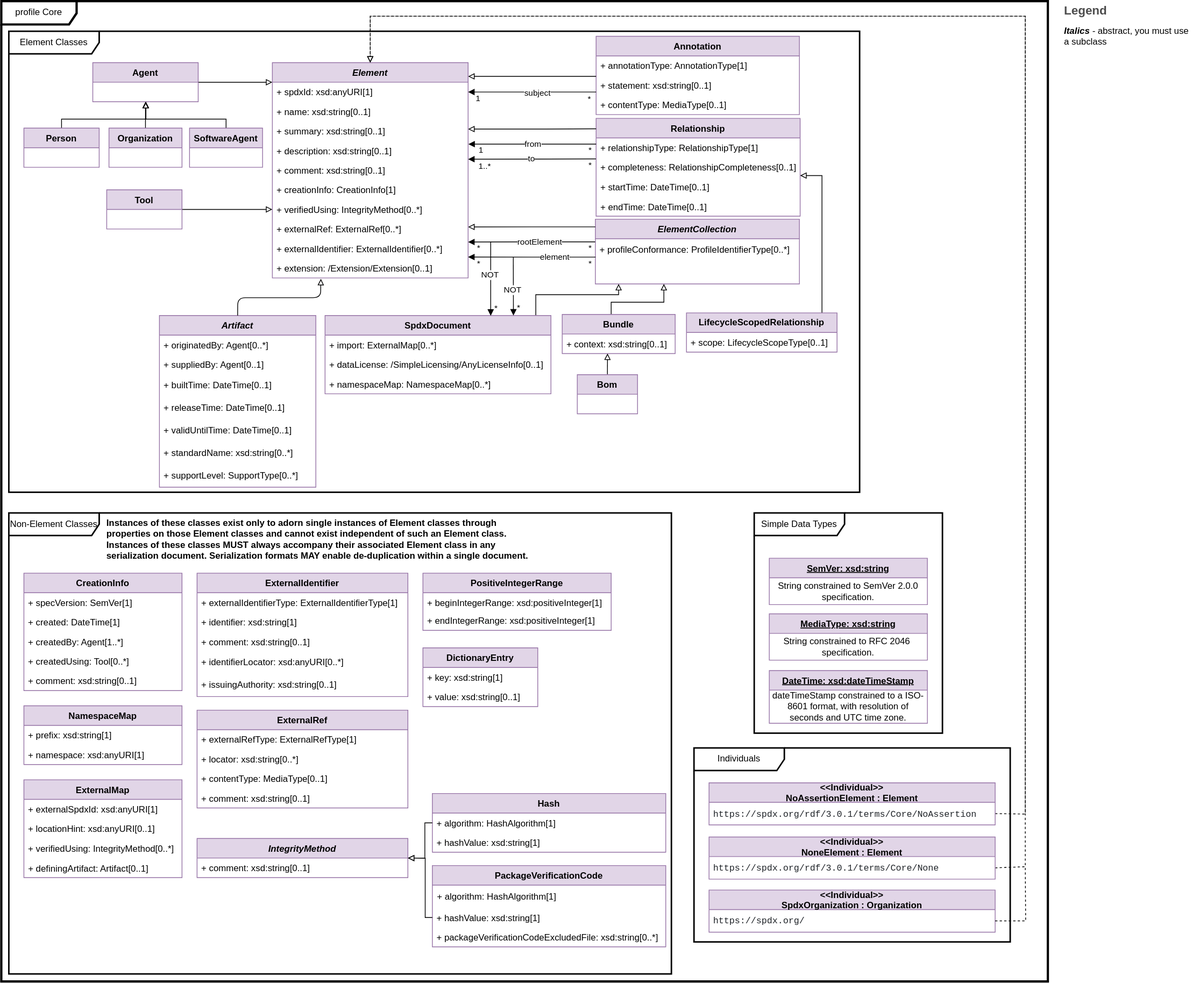
Before: images/model-core.svg, a diagram exported from draw.io (spdx/spdx-3-model). Source tidied: cells renumbered, new cells last; positions are measured from the earlier drawing's top-left corner, leaving out a move shared by most shapes.
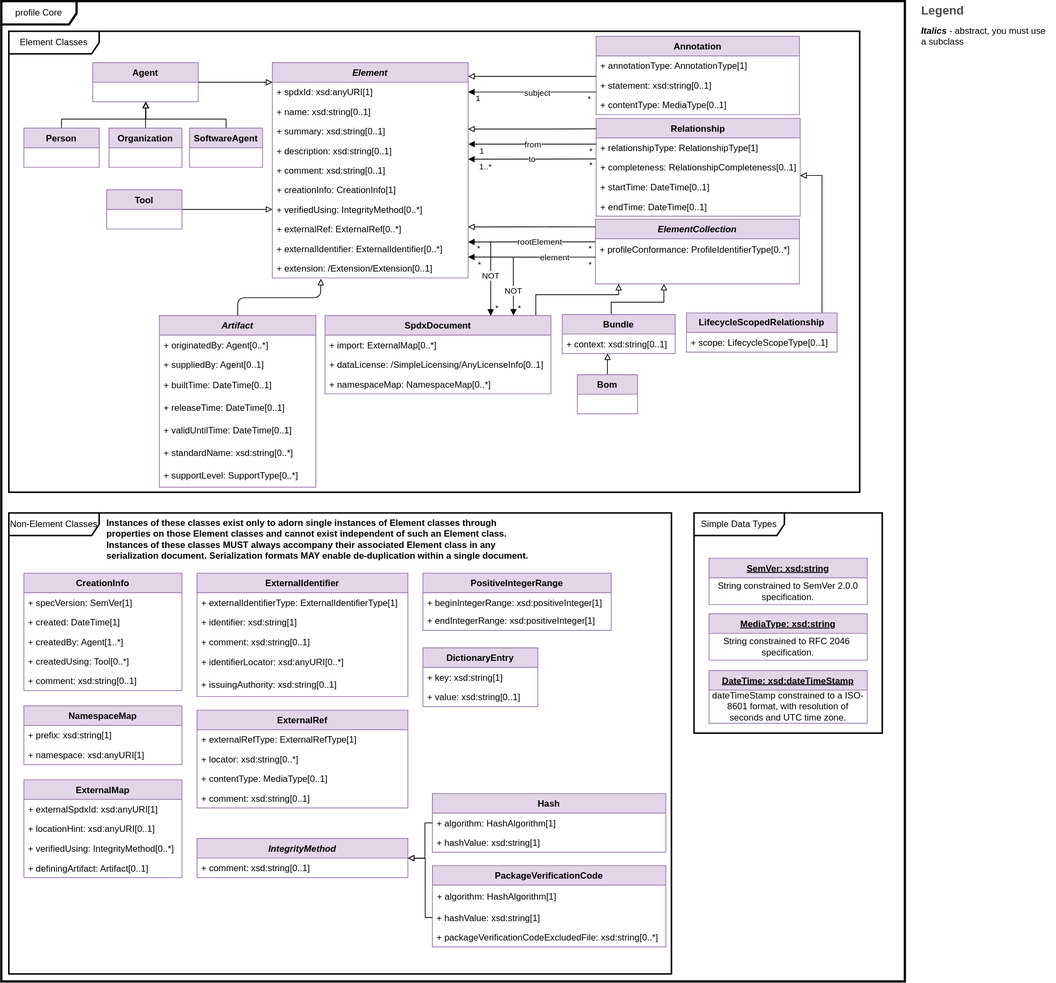
Above is the later version.

What changed in the source:
```diff
@@ -3,13 +3,13 @@
     <mxCell id="0" />
     <mxCell id="1" parent="0" />
     <mxCell id="2" value="profile Core" style="shape=umlFrame;whiteSpace=wrap;html=1;width=100;height=31;strokeWidth=3;" parent="1" vertex="1">
-      <mxGeometry width="1390" height="1302.5" as="geometry" />
+      <mxGeometry width="1200" height="1302.5" as="geometry" />
     </mxCell>
     <mxCell id="3" value="Element Classes" style="shape=umlFrame;whiteSpace=wrap;html=1;width=120;height=30;strokeWidth=2;" parent="1" vertex="1">
       <mxGeometry x="10" y="40" width="1130" height="612.5" as="geometry" />
     </mxCell>
     <mxCell id="4" value="Simple Data Types" style="shape=umlFrame;whiteSpace=wrap;html=1;width=120;height=30;strokeWidth=2;" parent="1" vertex="1">
-      <mxGeometry x="1000" y="680" width="250" height="292.5" as="geometry" />
+      <mxGeometry x="920" y="680" width="250" height="292.5" as="geometry" />
     </mxCell>
     <mxCell id="5" value="Element" style="swimlane;fontStyle=3;horizontal=1;startSize=26;fillColor=#e1d5e7;strokeColor=#9673a6;" parent="1" vertex="1">
       <mxGeometry x="360" y="81.8" width="260" height="286" as="geometry" />
@@ -252,10 +252,10 @@
       </mxGeometry>
     </mxCell>
     <mxCell id="62" value="Legend" style="align=left;fontSize=16;fontStyle=1;strokeColor=none;fillColor=none;fontColor=#4D4D4D;spacingTop=-8;" parent="1" vertex="1">
-      <mxGeometry x="1410" width="180" height="30" as="geometry" />
+      <mxGeometry x="1220" width="180" height="30" as="geometry" />
     </mxCell>
     <mxCell id="63" style="shape=table;html=1;whiteSpace=wrap;startSize=0;fillColor=none;align=left;spacingLeft=10;strokeColor=none;rounded=1;arcSize=11;fontColor=#FFFFFF;" parent="1" vertex="1">
-      <mxGeometry x="1400" y="30" width="180" height="30" as="geometry" />
+      <mxGeometry x="1210" y="30" width="180" height="30" as="geometry" />
     </mxCell>
     <mxCell id="64" value="&lt;i style=&quot;&quot;&gt;&lt;b&gt;Italics &lt;/b&gt;- &lt;/i&gt;abstract, you must use a subclass" style="shape=partialRectangle;html=1;whiteSpace=wrap;top=0;left=0;bottom=0;right=0;overflow=hidden;align=left;spacingLeft=10;" parent="63" vertex="1">
       <mxGeometry width="180" height="30" as="geometry" />
@@ -375,13 +375,13 @@
       <mxGeometry y="104" width="280" height="26" as="geometry" />
     </mxCell>
     <mxCell id="95" value="SemVer: xsd:string" style="swimlane;fontStyle=5;horizontal=1;startSize=26;fillColor=#e1d5e7;strokeColor=#9673a6;" parent="1" vertex="1">
-      <mxGeometry x="1020" y="740.2" width="210" height="61.6" as="geometry" />
+      <mxGeometry x="940" y="740.2" width="210" height="61.6" as="geometry" />
     </mxCell>
     <mxCell id="96" value="String constrained to SemVer 2.0.0 specification." style="text;html=1;strokeColor=none;fillColor=none;align=center;verticalAlign=middle;whiteSpace=wrap;rounded=0;" parent="95" vertex="1">
       <mxGeometry y="26" width="210" height="35.6" as="geometry" />
     </mxCell>
     <mxCell id="97" value="MediaType: xsd:string" style="swimlane;fontStyle=5;horizontal=1;startSize=26;fillColor=#e1d5e7;strokeColor=#9673A6;" parent="1" vertex="1">
-      <mxGeometry x="1020" y="814" width="210" height="61.6" as="geometry" />
+      <mxGeometry x="940" y="814" width="210" height="61.6" as="geometry" />
     </mxCell>
     <mxCell id="98" value="String constrained to RFC 2046&amp;nbsp; specification." style="text;html=1;strokeColor=none;fillColor=none;align=center;verticalAlign=middle;whiteSpace=wrap;rounded=0;" parent="97" vertex="1">
       <mxGeometry y="26" width="210" height="35.6" as="geometry" />
@@ -527,7 +527,7 @@
       <mxGeometry y="52" width="152.5" height="26" as="geometry" />
     </mxCell>
     <mxCell id="136" value="DateTime: xsd:dateTimeStamp" style="swimlane;fontStyle=5;horizontal=1;startSize=26;fillColor=#e1d5e7;strokeColor=#9673a6;" parent="1" vertex="1">
-      <mxGeometry x="1020" y="889.4" width="210" height="70" as="geometry" />
+      <mxGeometry x="940" y="889.4" width="210" height="70" as="geometry" />
     </mxCell>
     <mxCell id="137" value="dateTimeStamp constrained to a ISO-8601 format, with resolution of seconds and UTC time zone." style="text;html=1;strokeColor=none;fillColor=none;align=center;verticalAlign=middle;whiteSpace=wrap;rounded=0;" parent="136" vertex="1">
       <mxGeometry y="26" width="210" height="44" as="geometry" />
@@ -552,49 +552,5 @@
         </Array>
       </mxGeometry>
     </mxCell>
-    <mxCell id="143" value="Individuals" style="shape=umlFrame;whiteSpace=wrap;html=1;width=120;height=30;strokeWidth=2;" parent="1" vertex="1">
-      <mxGeometry x="920" y="992.2" width="420" height="257.8" as="geometry" />
-    </mxCell>
-    <mxCell id="144" style="endArrow=block;html=1;rounded=0;exitX=1;exitY=0.5;exitDx=0;exitDy=0;entryX=0.5;entryY=0;entryDx=0;entryDy=0;endFill=0;dashed=1;" parent="1" edge="1" source="147" target="5">
-      <mxGeometry relative="1" as="geometry">
-        <Array as="points">
-          <mxPoint x="1360" y="1080" />
-          <mxPoint x="1360" y="20" />
-          <mxPoint x="490" y="20" />
-        </Array>
-      </mxGeometry>
-    </mxCell>
-    <mxCell id="145" style="endArrow=block;html=1;rounded=0;exitX=1;exitY=0.5;exitDx=0;exitDy=0;entryX=0.5;entryY=0;entryDx=0;entryDy=0;endFill=0;dashed=1;" parent="1" edge="1" source="149" target="5">
-      <mxGeometry relative="1" as="geometry">
-        <Array as="points">
-          <mxPoint x="1360" y="1150" />
-          <mxPoint x="1360" y="20" />
-          <mxPoint x="490" y="20" />
-        </Array>
-      </mxGeometry>
-    </mxCell>
-    <mxCell id="146" value="&lt;&lt;Individual&gt;&gt;&#10;NoAssertionElement : Element" style="swimlane;fontStyle=1;horizontal=1;startSize=26;fillColor=#e1d5e7;strokeColor=#9673a6;" parent="1" vertex="1">
-      <mxGeometry x="940" y="1038.5" width="380" height="56" as="geometry" />
-    </mxCell>
-    <mxCell id="147" value="&lt;span style=&quot;color: rgb(31, 35, 40); font-family: ui-monospace, SFMono-Regular, &amp;quot;SF Mono&amp;quot;, Menlo, Consolas, &amp;quot;Liberation Mono&amp;quot;, monospace; font-size: 11.9px; white-space-collapse: break-spaces; background-color: rgb(255, 255, 255);&quot;&gt;https://spdx.org/rdf/3.0.1/terms/Core/NoAssertion&lt;/span&gt;" style="text;strokeColor=none;fillColor=none;align=left;verticalAlign=middle;spacingLeft=4;spacingRight=4;overflow=hidden;points=[[0,0.5],[1,0.5]];portConstraint=eastwest;whiteSpace=wrap;html=1;" parent="146" vertex="1">
-      <mxGeometry y="26" width="380" height="30" as="geometry" />
-    </mxCell>
-    <mxCell id="148" value="&lt;&lt;Individual&gt;&gt;&#10;NoneElement : Element" style="swimlane;fontStyle=1;horizontal=1;startSize=26;fillColor=#e1d5e7;strokeColor=#9673a6;" parent="1" vertex="1">
-      <mxGeometry x="940" y="1110.5" width="380" height="56" as="geometry" />
-    </mxCell>
-    <mxCell id="149" value="&lt;span style=&quot;color: rgb(31, 35, 40); font-family: ui-monospace, SFMono-Regular, &amp;quot;SF Mono&amp;quot;, Menlo, Consolas, &amp;quot;Liberation Mono&amp;quot;, monospace; font-size: 11.9px; white-space-collapse: break-spaces; background-color: rgb(255, 255, 255);&quot;&gt;https://spdx.org/rdf/3.0.1/terms/Core/None&lt;/span&gt;" style="text;strokeColor=none;fillColor=none;align=left;verticalAlign=middle;spacingLeft=4;spacingRight=4;overflow=hidden;points=[[0,0.5],[1,0.5]];portConstraint=eastwest;whiteSpace=wrap;html=1;" parent="148" vertex="1">
-      <mxGeometry y="26" width="380" height="30" as="geometry" />
-    </mxCell>
-    <mxCell id="150" value="&lt;&lt;Individual&gt;&gt;&#10;SpdxOrganization : Organization" style="swimlane;fontStyle=1;horizontal=1;startSize=26;fillColor=#e1d5e7;strokeColor=#9673a6;" parent="1" vertex="1">
-      <mxGeometry x="940" y="1181" width="380" height="56" as="geometry" />
-    </mxCell>
-    <mxCell id="151" style="edgeStyle=orthogonalEdgeStyle;rounded=0;jettySize=auto;html=1;exitX=1;exitY=0.5;exitDx=0;exitDy=0;endArrow=none;endFill=0;dashed=1;" parent="150" edge="1" source="152">
-      <mxGeometry relative="1" as="geometry">
-        <mxPoint x="420" y="-31" as="targetPoint" />
-      </mxGeometry>
-    </mxCell>
-    <mxCell id="152" value="&lt;span style=&quot;color: rgb(31, 35, 40); font-family: ui-monospace, SFMono-Regular, &amp;quot;SF Mono&amp;quot;, Menlo, Consolas, &amp;quot;Liberation Mono&amp;quot;, monospace; font-size: 11.9px; white-space-collapse: break-spaces; background-color: rgb(255, 255, 255);&quot;&gt;https://spdx.org/&lt;/span&gt;" style="text;strokeColor=none;fillColor=none;align=left;verticalAlign=middle;spacingLeft=4;spacingRight=4;overflow=hidden;points=[[0,0.5],[1,0.5]];portConstraint=eastwest;whiteSpace=wrap;html=1;" parent="150" vertex="1">
-      <mxGeometry y="26" width="380" height="30" as="geometry" />
-    </mxCell>
   </root>
 </mxGraphModel>
```
